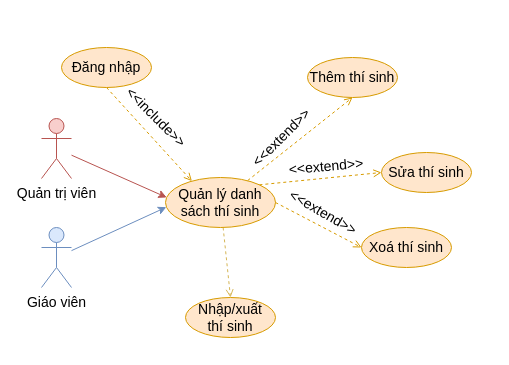
Before: Documents/draw/usecase/phan-ra/danh-sach-thi-sinh.drawio in copecute/do-an-tot-nghiep, a draw.io diagram. Source tidied: cells renumbered, new cells numbered last; positions are measured from the earlier drawing's top-left corner, leaving out a move shared by most shapes. Both pictures are drawn from the tidied source at 100%, with x=0, y=0 at pixel (41, 47).
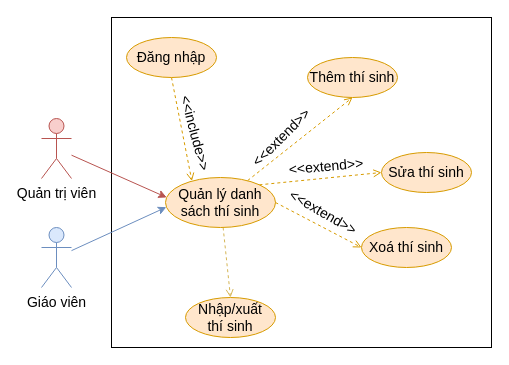
The same diagram, later.

The edit, as a diff of the source:
```diff
@@
+    <mxCell id="21" style="rounded=0;whiteSpace=wrap;html=1;" parent="1" vertex="1">
+      <mxGeometry x="70" y="-30" width="380" height="330" as="geometry" />
+    </mxCell>
@@
     <mxCell id="16" value="Đăng nhập" style="ellipse;whiteSpace=wrap;html=1;fillColor=#ffe6cc;strokeColor=#d79b00;fontSize=14;" parent="1" vertex="1">
-      <mxGeometry x="20" width="90" height="40" as="geometry" />
+      <mxGeometry x="85" y="-10" width="90" height="40" as="geometry" />
     </mxCell>
-    <mxCell id="17" value="&lt;font&gt;&amp;lt;&amp;lt;include&amp;gt;&amp;gt;&lt;/font&gt;" style="text;html=1;strokeColor=none;fillColor=none;align=center;verticalAlign=middle;whiteSpace=wrap;rounded=0;rotation=45;fontSize=14;" parent="1" vertex="1">
-      <mxGeometry x="85" y="55" width="60" height="30" as="geometry" />
+    <mxCell id="17" value="&lt;font&gt;&amp;lt;&amp;lt;include&amp;gt;&amp;gt;&lt;/font&gt;" style="text;html=1;strokeColor=none;fillColor=none;align=center;verticalAlign=middle;whiteSpace=wrap;rounded=0;rotation=75;fontSize=14;" parent="1" vertex="1">
+      <mxGeometry x="124" y="71" width="60" height="30" as="geometry" />
     </mxCell>
```
